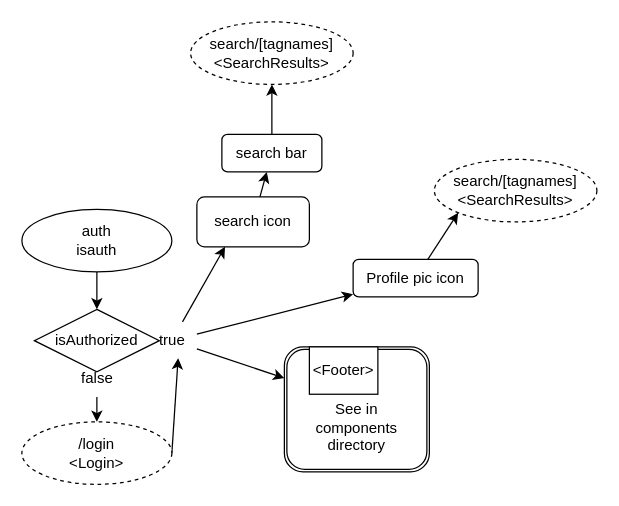
kostasx/geopoints keeps this draw.io diagram as planning/FEDiagrams/pages/home.drawio. Above is the earlier version. Source tidied: cells renumbered, new cells numbered last; positions are measured from the earlier drawing's top-left corner, leaving out a move shared by most shapes. Both pictures are drawn from the tidied source at 125%, with x=0, y=0 at pixel (21, 21).
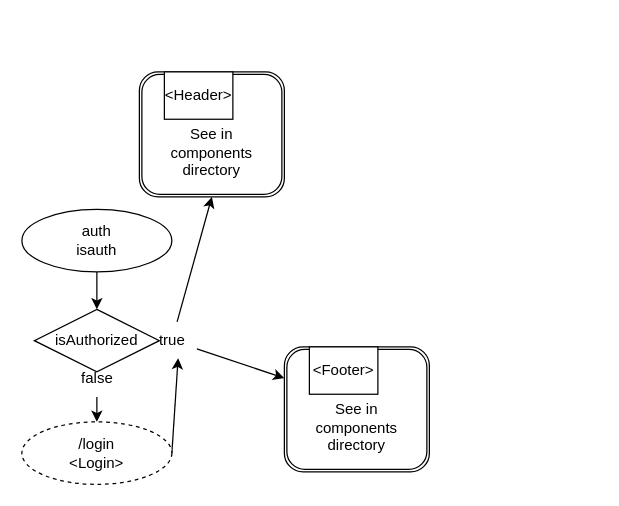
Above is the later version.

Unchanged cells that the change refers to:
```xml
<mxCell id="9" value="true" style="text;html=1;align=center;verticalAlign=middle;points=[];strokeColor=none;fillColor=none;" parent="6" vertex="1">
  <mxGeometry x="90" y="10" width="40" height="30" as="geometry" />
</mxCell>
```

Change to the diagram source:
```diff
@@
-    <mxCell id="12" style="edgeStyle=none;html=1;" parent="1" edge="1" source="13" target="19">
-      <mxGeometry relative="1" as="geometry" />
-    </mxCell>
-    <mxCell id="13" value="search icon" style="rounded=1;whiteSpace=wrap;html=1;" parent="1" vertex="1">
-      <mxGeometry x="140" y="140" width="90" height="40" as="geometry" />
-    </mxCell>
-    <mxCell id="14" style="edgeStyle=none;html=1;entryX=0.25;entryY=1;entryDx=0;entryDy=0;" parent="1" edge="1" source="9" target="13">
+    <mxCell id="14" style="edgeStyle=none;html=1;entryX=0.5;entryY=1;entryDx=0;entryDy=0;" parent="1" edge="1" source="9" target="26">
       <mxGeometry relative="1" as="geometry" />
     </mxCell>
-    <mxCell id="15" style="edgeStyle=none;html=1;" parent="1" edge="1" source="9" target="17">
-      <mxGeometry relative="1" as="geometry" />
-    </mxCell>
-    <mxCell id="16" style="edgeStyle=none;html=1;entryX=0;entryY=1;entryDx=0;entryDy=0;" parent="1" edge="1" source="17" target="21">
-      <mxGeometry relative="1" as="geometry" />
-    </mxCell>
-    <mxCell id="17" value="Profile pic icon" style="rounded=1;whiteSpace=wrap;html=1;" parent="1" vertex="1">
-      <mxGeometry x="265" y="190" width="100" height="30" as="geometry" />
-    </mxCell>
-    <mxCell id="18" style="edgeStyle=none;html=1;entryX=0.5;entryY=1;entryDx=0;entryDy=0;" parent="1" edge="1" source="19" target="20">
-      <mxGeometry relative="1" as="geometry" />
-    </mxCell>
-    <mxCell id="19" value="search bar" style="rounded=1;whiteSpace=wrap;html=1;" parent="1" vertex="1">
-      <mxGeometry x="160" y="90" width="80" height="30" as="geometry" />
-    </mxCell>
-    <mxCell id="20" value="search/[tagnames]&lt;br&gt;&amp;lt;SearchResults&amp;gt;" style="ellipse;whiteSpace=wrap;html=1;dashed=1;" parent="1" vertex="1">
-      <mxGeometry x="135" width="130" height="50" as="geometry" />
-    </mxCell>
-    <mxCell id="21" value="search/[tagnames]&lt;br&gt;&amp;lt;SearchResults&amp;gt;" style="ellipse;whiteSpace=wrap;html=1;dashed=1;" parent="1" vertex="1">
-      <mxGeometry x="330" y="110" width="130" height="50" as="geometry" />
-    </mxCell>
@@
+    <mxCell id="25" style="group;" parent="1" vertex="1">
+      <mxGeometry x="94" y="40" width="116" height="100" as="geometry" />
+    </mxCell>
+    <mxCell id="26" value="&lt;br&gt;&lt;br&gt;See in&lt;br&gt;components&lt;br&gt;directory" style="shape=ext;double=1;rounded=1;whiteSpace=wrap;html=1;" parent="25" vertex="1">
+      <mxGeometry width="116" height="100" as="geometry" />
+    </mxCell>
+    <mxCell id="27" value="&amp;lt;Header&amp;gt;" style="rounded=0;whiteSpace=wrap;html=1;" parent="25" vertex="1">
+      <mxGeometry x="20" width="54.8" height="37.9" as="geometry" />
+    </mxCell>
```
